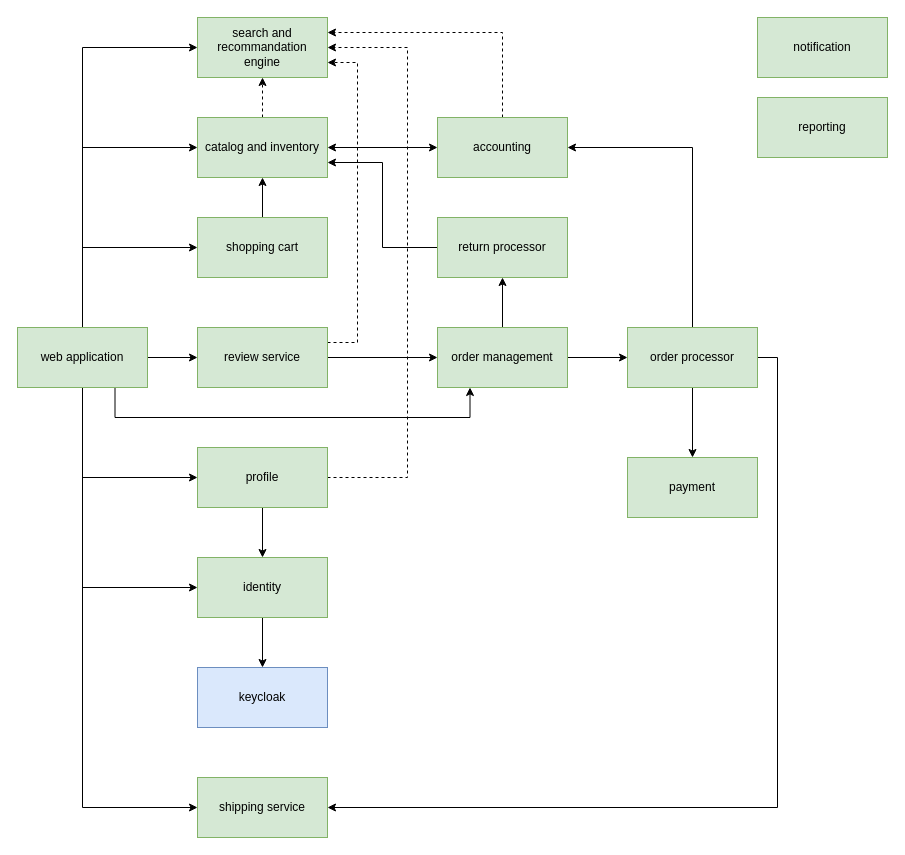
The draw.io diagram workflows/global_architecture.drawio in movies-albrains/.github, before the edit. Source tidied: cells renumbered, new cells numbered last; positions are measured from the earlier drawing's top-left corner, leaving out a move shared by most shapes. Both pictures are drawn from the tidied source at 100%, with x=0, y=0 at pixel (17, 17).
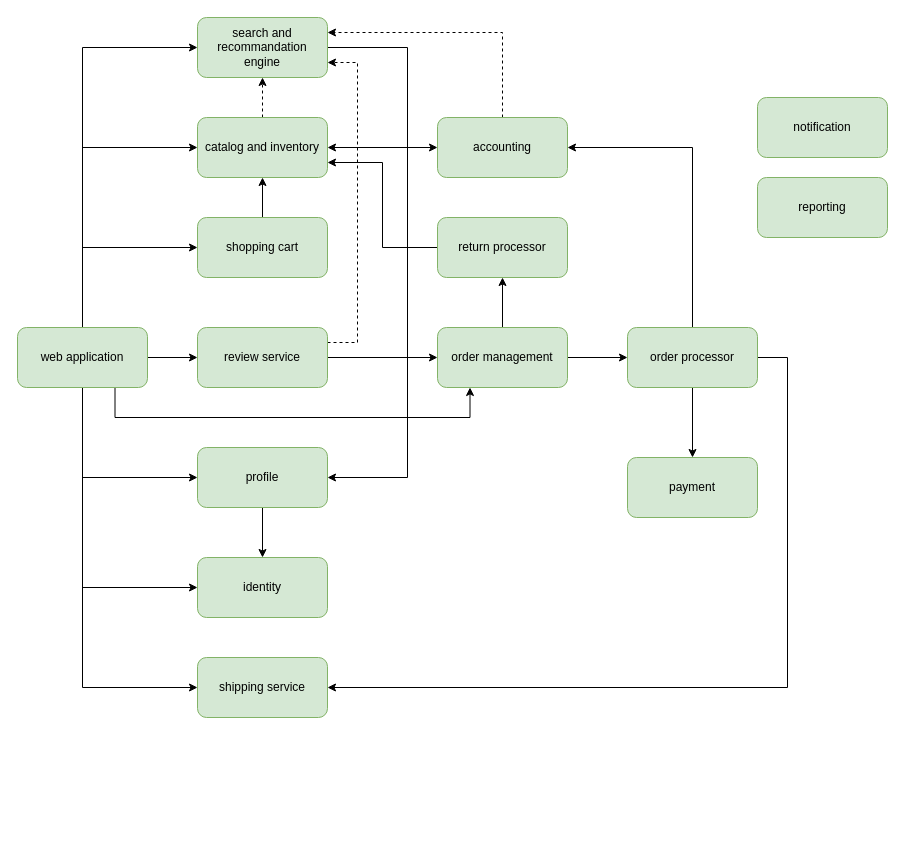
The same page after the edit.

Commit message:
Mettre à jour global_architecture.drawio

What changed in the source:
```diff
@@
-    <mxCell id="4" value="catalog and inventory" style="rounded=0;whiteSpace=wrap;html=1;fillColor=#d5e8d4;strokeColor=#82b366;" parent="1" vertex="1">
+    <mxCell id="4" value="catalog and inventory" style="rounded=1;whiteSpace=wrap;html=1;fillColor=#d5e8d4;strokeColor=#82b366;" parent="1" vertex="1">
       <mxGeometry x="180" y="100" width="130" height="60" as="geometry" />
     </mxCell>
@@
-    <mxCell id="6" value="accounting" style="rounded=0;whiteSpace=wrap;html=1;fillColor=#d5e8d4;strokeColor=#82b366;" parent="1" vertex="1">
+    <mxCell id="6" value="accounting" style="rounded=1;whiteSpace=wrap;html=1;fillColor=#d5e8d4;strokeColor=#82b366;" parent="1" vertex="1">
       <mxGeometry x="420" y="100" width="130" height="60" as="geometry" />
     </mxCell>
@@
-    <mxCell id="9" value="review service" style="rounded=0;whiteSpace=wrap;html=1;fillColor=#d5e8d4;strokeColor=#82b366;" parent="1" vertex="1">
+    <mxCell id="9" value="review service" style="rounded=1;whiteSpace=wrap;html=1;fillColor=#d5e8d4;strokeColor=#82b366;" parent="1" vertex="1">
       <mxGeometry x="180" y="310" width="130" height="60" as="geometry" />
     </mxCell>
@@
-    <mxCell id="12" value="order management" style="rounded=0;whiteSpace=wrap;html=1;fillColor=#d5e8d4;strokeColor=#82b366;" parent="1" vertex="1">
+    <mxCell id="12" value="order management" style="rounded=1;whiteSpace=wrap;html=1;fillColor=#d5e8d4;strokeColor=#82b366;" parent="1" vertex="1">
       <mxGeometry x="420" y="310" width="130" height="60" as="geometry" />
     </mxCell>
-    <mxCell id="13" value="reporting" style="rounded=0;whiteSpace=wrap;html=1;fillColor=#d5e8d4;strokeColor=#82b366;" parent="1" vertex="1">
-      <mxGeometry x="740" y="80" width="130" height="60" as="geometry" />
+    <mxCell id="13" value="reporting" style="rounded=1;whiteSpace=wrap;html=1;fillColor=#d5e8d4;strokeColor=#82b366;" parent="1" vertex="1">
+      <mxGeometry x="740" y="160" width="130" height="60" as="geometry" />
     </mxCell>
+    <mxCell id="41" style="edgeStyle=orthogonalEdgeStyle;rounded=0;jettySize=auto;html=1;exitX=1;exitY=0.5;exitDx=0;exitDy=0;entryX=1;entryY=0.5;entryDx=0;entryDy=0;" parent="1" edge="1" source="14" target="26">
+      <mxGeometry relative="1" as="geometry">
+        <Array as="points">
+          <mxPoint x="390" y="30" />
+          <mxPoint x="390" y="460" />
+        </Array>
+      </mxGeometry>
+    </mxCell>
-    <mxCell id="14" value="search and recommandation engine" style="rounded=0;whiteSpace=wrap;html=1;fillColor=#d5e8d4;strokeColor=#82b366;" parent="1" vertex="1">
+    <mxCell id="14" value="search and recommandation engine" style="rounded=1;whiteSpace=wrap;html=1;fillColor=#d5e8d4;strokeColor=#82b366;gradientColor=none;" parent="1" vertex="1">
       <mxGeometry x="180" width="130" height="60" as="geometry" />
     </mxCell>
-    <mxCell id="15" value="shipping service" style="rounded=0;whiteSpace=wrap;html=1;fillColor=#d5e8d4;strokeColor=#82b366;" parent="1" vertex="1">
-      <mxGeometry x="180" y="760" width="130" height="60" as="geometry" />
+    <mxCell id="15" value="shipping service" style="rounded=1;whiteSpace=wrap;html=1;fillColor=#d5e8d4;strokeColor=#82b366;" parent="1" vertex="1">
+      <mxGeometry x="180" y="640" width="130" height="60" as="geometry" />
     </mxCell>
@@
-    <mxCell id="17" value="shopping cart" style="rounded=0;whiteSpace=wrap;html=1;fillColor=#d5e8d4;strokeColor=#82b366;" parent="1" vertex="1">
+    <mxCell id="17" value="shopping cart" style="rounded=1;whiteSpace=wrap;html=1;fillColor=#d5e8d4;strokeColor=#82b366;" parent="1" vertex="1">
       <mxGeometry x="180" y="200" width="130" height="60" as="geometry" />
     </mxCell>
-    <mxCell id="18" style="edgeStyle=orthogonalEdgeStyle;rounded=0;jettySize=auto;html=1;exitX=0.5;exitY=1;exitDx=0;exitDy=0;entryX=0.5;entryY=0;entryDx=0;entryDy=0;" parent="1" edge="1" source="19" target="20">
-      <mxGeometry relative="1" as="geometry" />
-    </mxCell>
-    <mxCell id="19" value="identity" style="rounded=0;whiteSpace=wrap;html=1;fillColor=#d5e8d4;strokeColor=#82b366;" parent="1" vertex="1">
+    <mxCell id="19" value="identity" style="rounded=1;whiteSpace=wrap;html=1;fillColor=#d5e8d4;strokeColor=#82b366;" parent="1" vertex="1">
       <mxGeometry x="180" y="540" width="130" height="60" as="geometry" />
     </mxCell>
-    <mxCell id="20" value="keycloak" style="rounded=0;whiteSpace=wrap;html=1;fillColor=#dae8fc;strokeColor=#6c8ebf;" parent="1" vertex="1">
-      <mxGeometry x="180" y="650" width="130" height="60" as="geometry" />
-    </mxCell>
@@
-    <mxCell id="22" value="return processor" style="rounded=0;whiteSpace=wrap;html=1;fillColor=#d5e8d4;strokeColor=#82b366;" parent="1" vertex="1">
+    <mxCell id="22" value="return processor" style="rounded=1;whiteSpace=wrap;html=1;fillColor=#d5e8d4;strokeColor=#82b366;" parent="1" vertex="1">
       <mxGeometry x="420" y="200" width="130" height="60" as="geometry" />
     </mxCell>
-    <mxCell id="23" value="notification" style="whiteSpace=wrap;html=1;fillColor=#d5e8d4;strokeColor=#82b366;rounded=0;" parent="1" vertex="1">
-      <mxGeometry x="740" width="130" height="60" as="geometry" />
+    <mxCell id="23" value="notification" style="whiteSpace=wrap;html=1;fillColor=#d5e8d4;strokeColor=#82b366;rounded=1;" parent="1" vertex="1">
+      <mxGeometry x="740" y="80" width="130" height="60" as="geometry" />
     </mxCell>
@@
-    <mxCell id="25" style="edgeStyle=orthogonalEdgeStyle;rounded=0;jettySize=auto;html=1;exitX=1;exitY=0.5;exitDx=0;exitDy=0;entryX=1;entryY=0.5;entryDx=0;entryDy=0;dashed=1;" parent="1" edge="1" source="26" target="14">
-      <mxGeometry relative="1" as="geometry">
-        <Array as="points">
-          <mxPoint x="390" y="460" />
-          <mxPoint x="390" y="30" />
-        </Array>
-      </mxGeometry>
-    </mxCell>
-    <mxCell id="26" value="profile" style="rounded=0;whiteSpace=wrap;html=1;fillColor=#d5e8d4;strokeColor=#82b366;" parent="1" vertex="1">
+    <mxCell id="26" value="profile" style="rounded=1;whiteSpace=wrap;html=1;fillColor=#d5e8d4;strokeColor=#82b366;" parent="1" vertex="1">
       <mxGeometry x="180" y="430" width="130" height="60" as="geometry" />
     </mxCell>
@@
-    <mxCell id="29" style="edgeStyle=orthogonalEdgeStyle;rounded=0;jettySize=auto;html=1;entryX=0;entryY=0.5;entryDx=0;entryDy=0;" parent="1" edge="1" source="35" target="15">
-      <mxGeometry relative="1" as="geometry">
-        <Array as="points">
-          <mxPoint x="65" y="790" />
-        </Array>
-      </mxGeometry>
-    </mxCell>
@@
+    <mxCell id="29" style="edgeStyle=orthogonalEdgeStyle;rounded=0;jettySize=auto;html=1;entryX=0;entryY=0.5;entryDx=0;entryDy=0;" parent="1" edge="1" source="35" target="15">
+      <mxGeometry relative="1" as="geometry">
+        <Array as="points">
+          <mxPoint x="65" y="670" />
+        </Array>
+      </mxGeometry>
+    </mxCell>
-    <mxCell id="35" value="web application" style="rounded=0;whiteSpace=wrap;html=1;fillColor=#d5e8d4;strokeColor=#82b366;" parent="1" vertex="1">
+    <mxCell id="35" value="web application" style="rounded=1;whiteSpace=wrap;html=1;fillColor=#d5e8d4;strokeColor=#82b366;" parent="1" vertex="1">
       <mxGeometry y="310" width="130" height="60" as="geometry" />
     </mxCell>
@@
     <mxCell id="37" style="edgeStyle=orthogonalEdgeStyle;rounded=0;jettySize=auto;html=1;exitX=1;exitY=0.5;exitDx=0;exitDy=0;entryX=1;entryY=0.5;entryDx=0;entryDy=0;" parent="1" edge="1" source="39" target="15">
-      <mxGeometry relative="1" as="geometry" />
+      <mxGeometry relative="1" as="geometry">
+        <Array as="points">
+          <mxPoint x="770" y="340" />
+          <mxPoint x="770" y="670" />
+        </Array>
+      </mxGeometry>
     </mxCell>
@@
-    <mxCell id="39" value="order processor" style="rounded=0;whiteSpace=wrap;html=1;fillColor=#d5e8d4;strokeColor=#82b366;" parent="1" vertex="1">
+    <mxCell id="39" value="order processor" style="rounded=1;whiteSpace=wrap;html=1;fillColor=#d5e8d4;strokeColor=#82b366;" parent="1" vertex="1">
       <mxGeometry x="610" y="310" width="130" height="60" as="geometry" />
     </mxCell>
-    <mxCell id="40" value="payment" style="whiteSpace=wrap;html=1;fillColor=#d5e8d4;strokeColor=#82b366;rounded=0;" parent="1" vertex="1">
+    <mxCell id="40" value="payment" style="whiteSpace=wrap;html=1;fillColor=#d5e8d4;strokeColor=#82b366;rounded=1;" parent="1" vertex="1">
       <mxGeometry x="610" y="440" width="130" height="60" as="geometry" />
     </mxCell>
```
